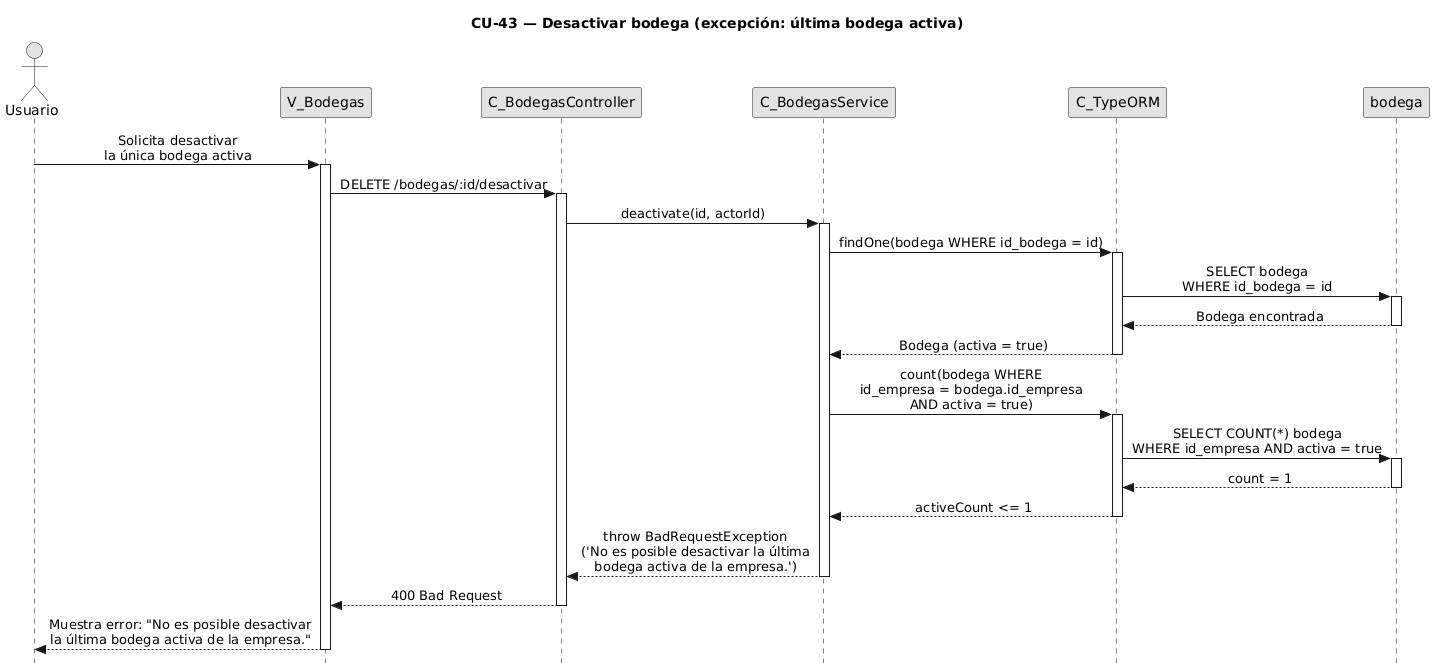
Before: diagramas-secuencia/CU43/CU43-exc-ultima-bodega.png, a diagram exported from PlantUML (FSM-Finet-y-Cable-Magico/Team_1-Inventario-y-Bodega).
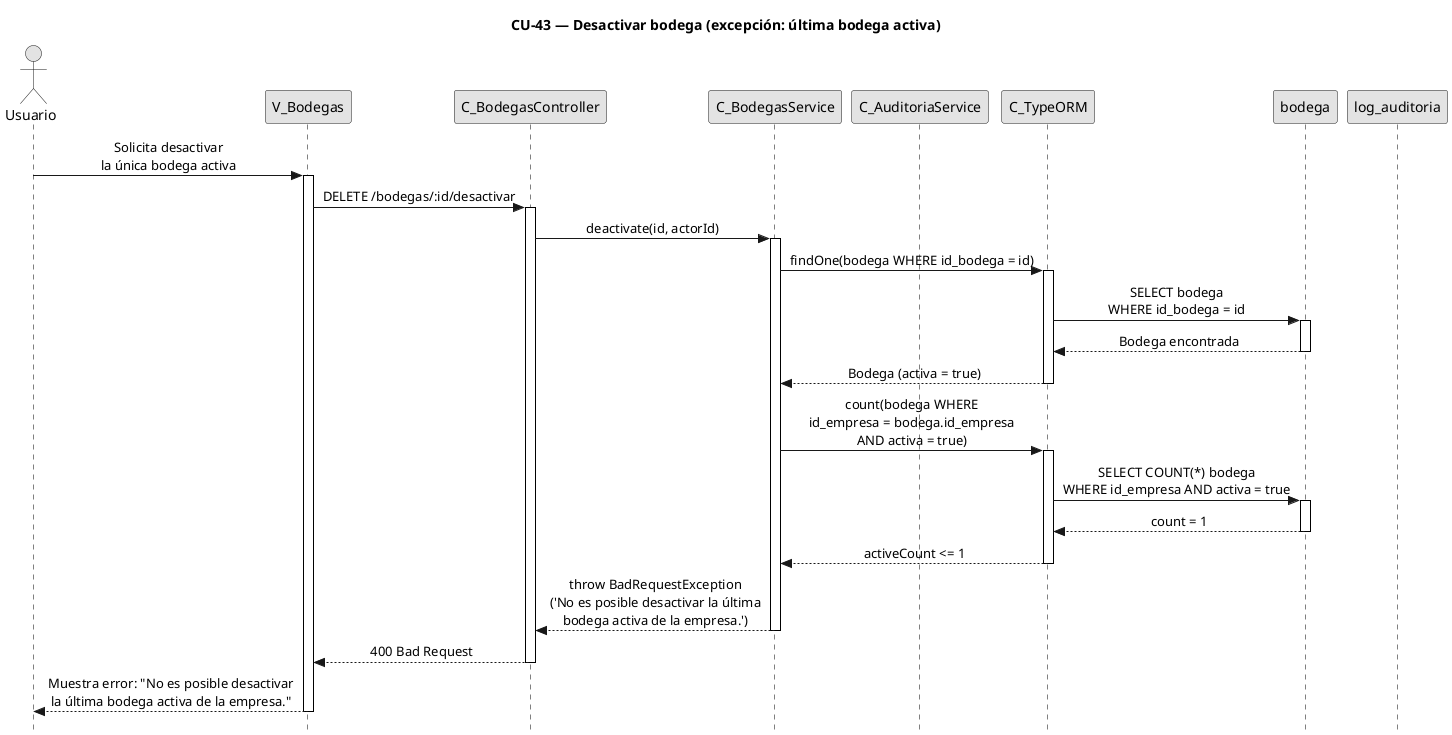
Later version of the same file.

Change to the diagram source:
```diff
@@ -1,4 +1,4 @@
-@startuml
+@startuml CU43-exc-ultima-bodega
 title CU-43 — Desactivar bodega (excepción: última bodega activa)
 
 skinparam style strictuml
@@ -15,8 +15,10 @@
 participant "V_Bodegas" as view
 participant "C_BodegasController" as ctrl
 participant "C_BodegasService" as svc
+participant "C_AuditoriaService" as aud
 participant "C_TypeORM" as orm
 participant "bodega" as bent
+participant "log_auditoria" as aent
 
 user -> view : Solicita desactivar\nla única bodega activa
 activate view
@@ -57,4 +59,5 @@
 
 view --> user : Muestra error: "No es posible desactivar\nla última bodega activa de la empresa."
 deactivate view
+
 @enduml
```
